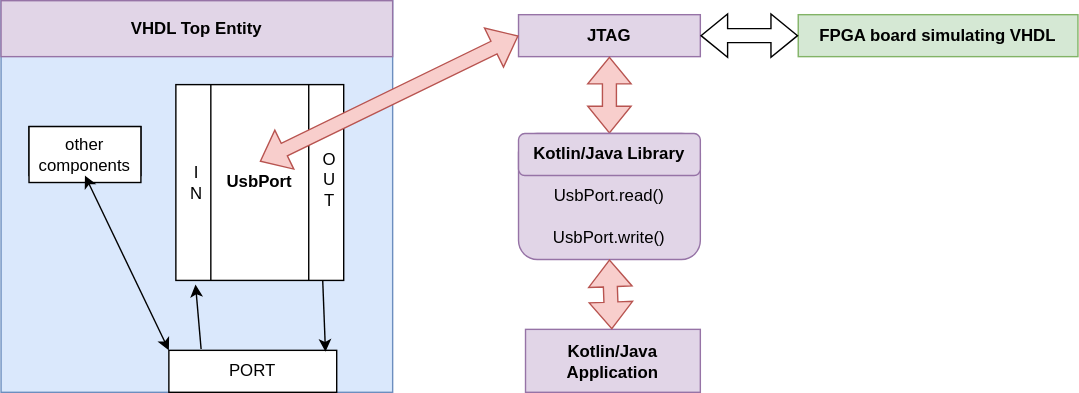
Before: assets/usbport_via_jtag.svg, a diagram exported from draw.io (roby2014/virtual-board-vhdl). Source tidied: cells renumbered, new cells last; positions are measured from the earlier drawing's top-left corner, leaving out a move shared by most shapes.
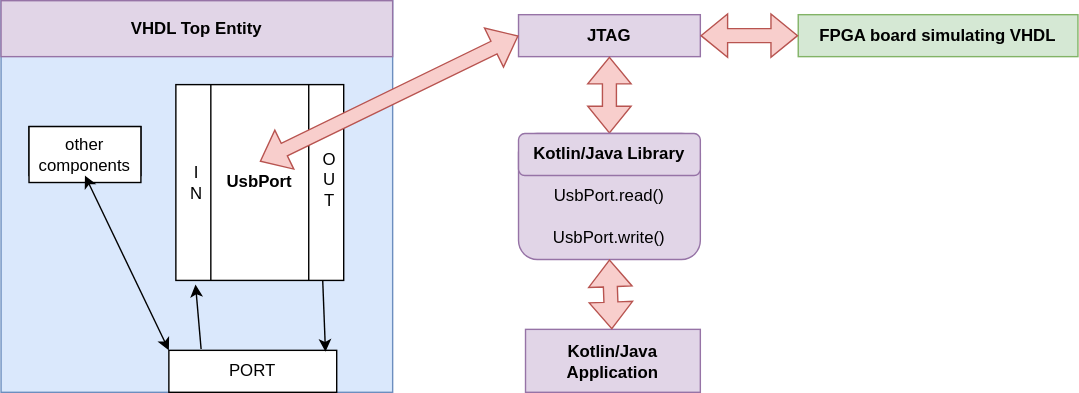
After the commit.

Diff of the diagram source:
```diff
@@ -67,7 +67,7 @@
     <mxCell id="22" value="&lt;b&gt;FPGA board simulating VHDL&lt;/b&gt;" style="rounded=0;whiteSpace=wrap;html=1;fillColor=#d5e8d4;strokeColor=#82b366;" parent="1" vertex="1">
       <mxGeometry x="570" y="10" width="200" height="30" as="geometry" />
     </mxCell>
-    <mxCell id="23" style="shape=flexArrow;endArrow=classic;startArrow=classic;html=1;rounded=0;exitX=1;exitY=0.5;exitDx=0;exitDy=0;entryX=0;entryY=0.5;entryDx=0;entryDy=0;" parent="1" edge="1" source="13" target="22">
+    <mxCell id="23" style="shape=flexArrow;endArrow=classic;startArrow=classic;html=1;rounded=0;exitX=1;exitY=0.5;exitDx=0;exitDy=0;entryX=0;entryY=0.5;entryDx=0;entryDy=0;fillColor=#f8cecc;strokeColor=#b85450;" parent="1" edge="1" source="13" target="22">
       <mxGeometry relative="1" as="geometry" />
     </mxCell>
     <mxCell id="24" style="rounded=0;whiteSpace=wrap;html=1;" parent="1" vertex="1">
```
